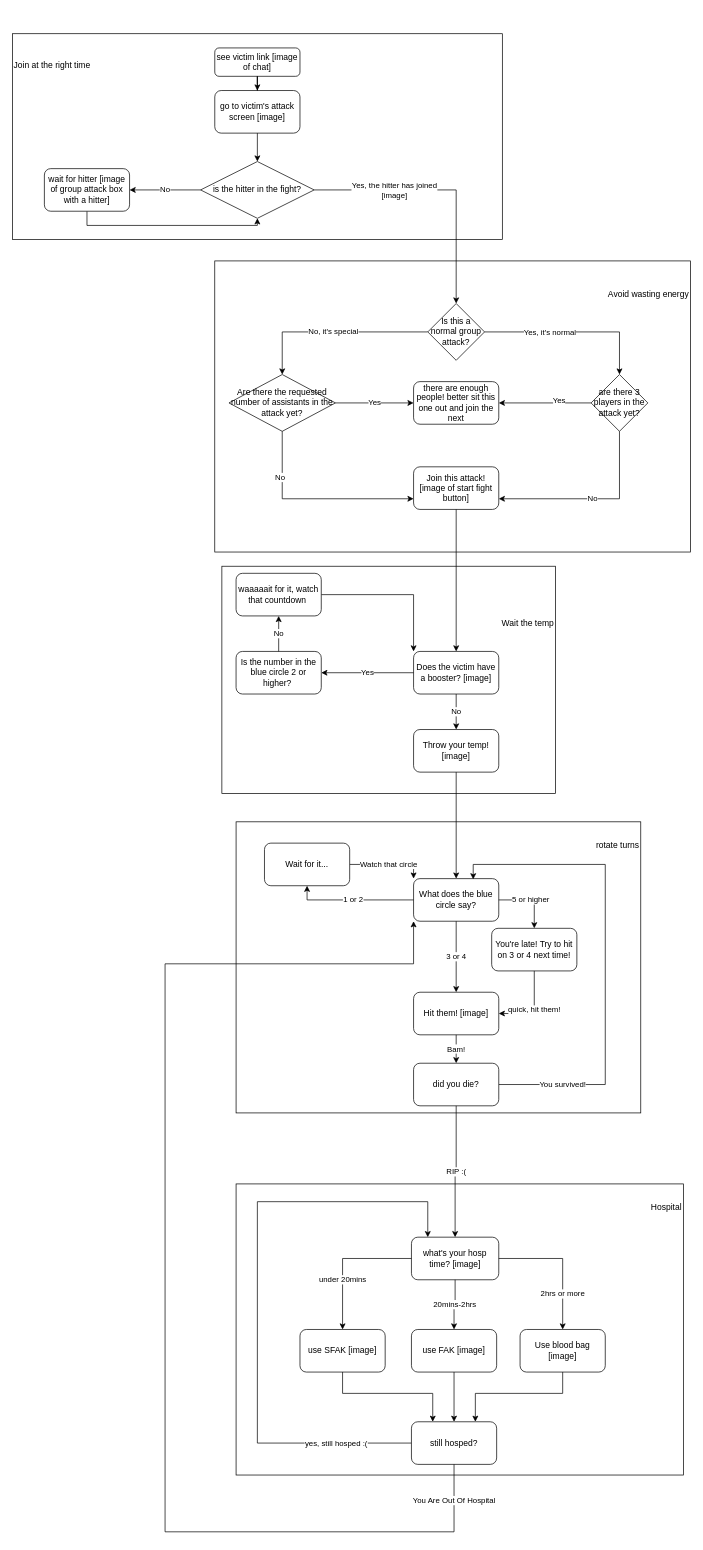
pomatias/pomatias.github.io keeps this draw.io diagram as Untitled Diagram.drawio. Above is the earlier version. Source tidied: cells renumbered, new cells numbered last; positions are measured from the earlier drawing's top-left corner, leaving out a move shared by most shapes. Both pictures are drawn from the tidied source at 71%, with x=0, y=0 at pixel (12, 33).
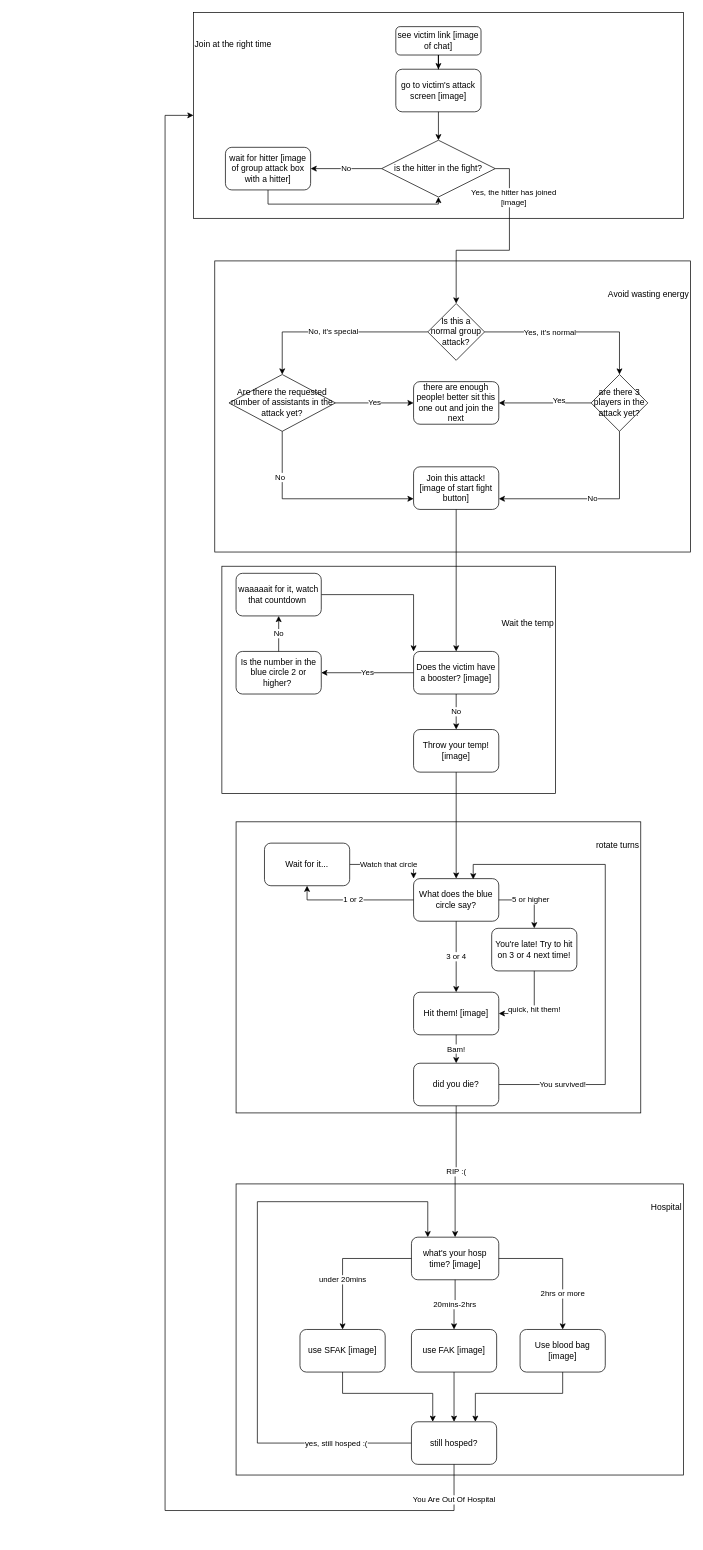
After the change.

Unchanged cells that the change refers to:
```xml
<mxCell id="14" value="What does the blue circle say?" style="rounded=1;whiteSpace=wrap;html=1;" parent="12" vertex="1">
  <mxGeometry x="250" y="80" width="120" height="60" as="geometry" />
</mxCell>
<mxCell id="43" value="Join at the right time&lt;br&gt;&lt;br&gt;&lt;br&gt;&lt;br&gt;&lt;br&gt;&lt;br&gt;&lt;br&gt;&lt;br&gt;&lt;br&gt;&lt;br&gt;&lt;br&gt;&lt;br&gt;&lt;br&gt;&lt;br&gt;&lt;br&gt;" style="rounded=0;whiteSpace=wrap;html=1;align=left;" parent="42" vertex="1">
  <mxGeometry width="690" height="290" as="geometry" />
</mxCell>
<mxCell id="52" style="edgeStyle=orthogonalEdgeStyle;rounded=0;jettySize=auto;html=1;entryX=0.5;entryY=0;entryDx=0;entryDy=0;exitX=1;exitY=0.5;exitDx=0;exitDy=0;" parent="1" edge="1" source="47" target="28">
  <mxGeometry relative="1" as="geometry" />
</mxCell>
<mxCell id="66" value="still hosped?" style="rounded=1;whiteSpace=wrap;html=1;" parent="56" vertex="1">
  <mxGeometry x="247" y="335" width="120" height="60" as="geometry" />
</mxCell>
```

The edit, as a diff of the source:
```diff
@@
     <mxCell id="42" style="group;" parent="1" vertex="1">
-      <mxGeometry width="690" height="290" as="geometry" />
+      <mxGeometry x="255" y="-30" width="690" height="290" as="geometry" />
     </mxCell>
@@
     <mxCell id="53" value="Yes, the hitter has joined&lt;br&gt;[image]" style="edgeLabel;html=1;align=center;verticalAlign=middle;" parent="52" vertex="1">
-      <mxGeometry x="-0.38" relative="1" as="geometry" />
+      <mxGeometry x="-0.38" relative="1" as="geometry">
+        <mxPoint x="5" y="-28" as="offset" />
+      </mxGeometry>
     </mxCell>
@@
-    <mxCell id="71" value="You Are Out Of Hospital" style="edgeStyle=orthogonalEdgeStyle;rounded=0;jettySize=auto;html=1;entryX=0;entryY=1;entryDx=0;entryDy=0;" parent="1" edge="1" source="66" target="14">
-      <mxGeometry x="-0.94" relative="1" as="geometry">
+    <mxCell id="71" value="You Are Out Of Hospital" style="edgeStyle=orthogonalEdgeStyle;rounded=0;jettySize=auto;html=1;entryX=0;entryY=0.5;entryDx=0;entryDy=0;" parent="1" edge="1" source="66" target="43">
+      <mxGeometry x="-0.96" relative="1" as="geometry">
         <Array as="points">
-          <mxPoint x="622" y="2110" />
-          <mxPoint x="215" y="2110" />
-          <mxPoint x="215" y="1310" />
-          <mxPoint x="565" y="1310" />
+          <mxPoint x="622" y="2080" />
+          <mxPoint x="215" y="2080" />
+          <mxPoint x="215" y="115" />
         </Array>
       </mxGeometry>
     </mxCell>
```
